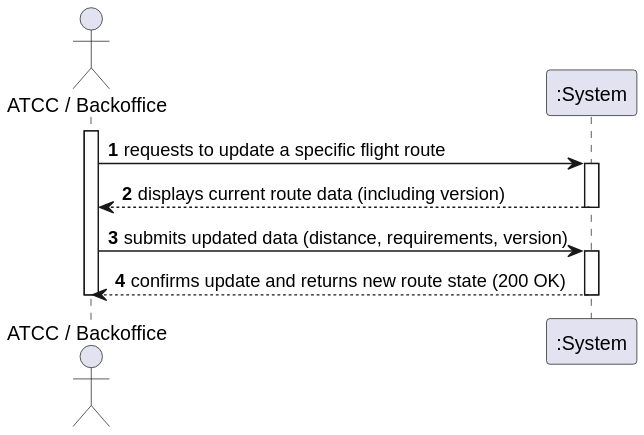
Above: docs/use-cases/WP#3A/US112/svg/US112-SSD.svg in Andre-1240567/psoft2026_2DB_1240567_1241013_1240624 (PlantUML), before the change.
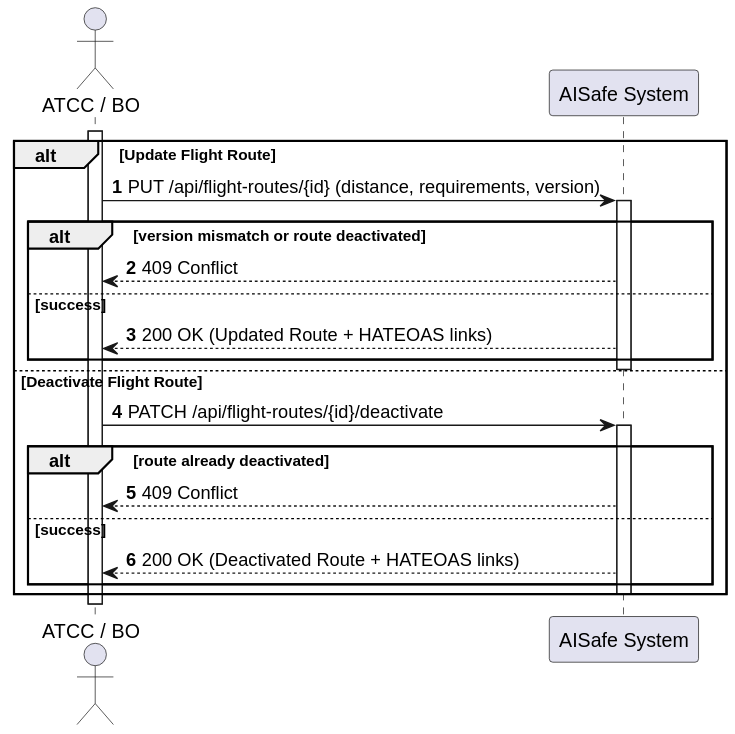
The same diagram one commit later.

What changed in the source:
```diff
@@ -1,17 +1,30 @@
 @startuml
 autonumber
-actor "ATCC / Backoffice" as Actor
-participant ":System" as System
+actor "ATCC / BO" as Actor
+participant "AISafe System" as System
 
 activate Actor
-Actor -> System: requests to update a specific flight route
-activate System
-System --> Actor: displays current route data (including version)
-deactivate System
 
-Actor -> System: submits updated data (distance, requirements, version)
-activate System
-System --> Actor: confirms update and returns new route state (200 OK)
-deactivate System
+alt Update Flight Route
+    Actor -> System: PUT /api/flight-routes/{id} (distance, requirements, version)
+    activate System
+    alt version mismatch or route deactivated
+        System --> Actor: 409 Conflict
+    else success
+        System --> Actor: 200 OK (Updated Route + HATEOAS links)
+    end
+    deactivate System
+
+else Deactivate Flight Route
+    Actor -> System: PATCH /api/flight-routes/{id}/deactivate
+    activate System
+    alt route already deactivated
+        System --> Actor: 409 Conflict
+    else success
+        System --> Actor: 200 OK (Deactivated Route + HATEOAS links)
+    end
+    deactivate System
+end
+
 deactivate Actor
 @enduml
```
